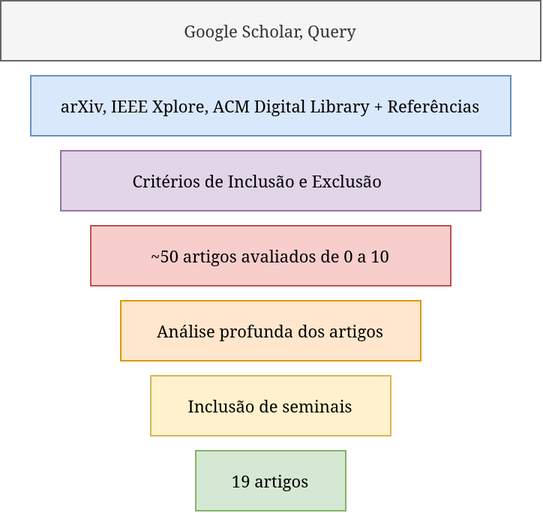
Before: tcc1/Images/Funil.png, a diagram exported from draw.io (caiocxs/tcc_1). Source tidied: cells renumbered, new cells last; positions are measured from the earlier drawing's top-left corner, leaving out a move shared by most shapes. The source it was exported from:
```xml
<mxGraphModel>
  <root>
    <mxCell id="0" />
    <mxCell id="1" parent="0" />
    <mxCell id="2" value="Google Scholar, Query" style="rounded=0;whiteSpace=wrap;html=1;fillColor=#f5f5f5;strokeColor=#666666;fontColor=#333333;fontFamily=Latin-Modern;fontSize=11;" parent="1" vertex="1">
      <mxGeometry width="360" height="40" as="geometry" />
    </mxCell>
    <mxCell id="3" value="arXiv, IEEE Xplore, ACM Digital Library + Referências" style="rounded=0;whiteSpace=wrap;html=1;fillColor=#dae8fc;strokeColor=#6c8ebf;fontFamily=Latin-Modern;fontSize=11;" parent="1" vertex="1">
      <mxGeometry x="20" y="50" width="320" height="40" as="geometry" />
    </mxCell>
    <mxCell id="4" value="Critérios de Inclusão e Exclusão&lt;span style=&quot;white-space: pre;&quot;&gt;&#9;&lt;/span&gt;" style="rounded=0;whiteSpace=wrap;html=1;fillColor=#e1d5e7;strokeColor=#9673a6;fontFamily=Latin-Modern;fontSize=11;" parent="1" vertex="1">
      <mxGeometry x="40" y="100" width="280" height="40" as="geometry" />
    </mxCell>
    <mxCell id="5" value="~50 artigos avaliados de 0 a 10" style="rounded=0;whiteSpace=wrap;html=1;fillColor=#f8cecc;strokeColor=#b85450;fontFamily=Latin-Modern;fontSize=11;" parent="1" vertex="1">
      <mxGeometry x="60" y="150" width="240" height="40" as="geometry" />
    </mxCell>
    <mxCell id="6" value="Análise profunda dos artigos" style="rounded=0;whiteSpace=wrap;html=1;fillColor=#ffe6cc;strokeColor=#d79b00;fontFamily=Latin-Modern;fontSize=11;" parent="1" vertex="1">
      <mxGeometry x="80" y="200" width="200" height="40" as="geometry" />
    </mxCell>
    <mxCell id="7" value="Inclusão de seminais" style="rounded=0;whiteSpace=wrap;html=1;fillColor=#fff2cc;strokeColor=#d6b656;fontFamily=Latin-Modern;fontSize=11;" parent="1" vertex="1">
      <mxGeometry x="100" y="250" width="160" height="40" as="geometry" />
    </mxCell>
    <mxCell id="8" value="19 artigos" style="rounded=0;whiteSpace=wrap;html=1;fillColor=#d5e8d4;strokeColor=#82b366;fontFamily=Latin-Modern;fontSize=11;" parent="1" vertex="1">
      <mxGeometry x="130" y="300" width="100" height="40" as="geometry" />
    </mxCell>
  </root>
</mxGraphModel>
```
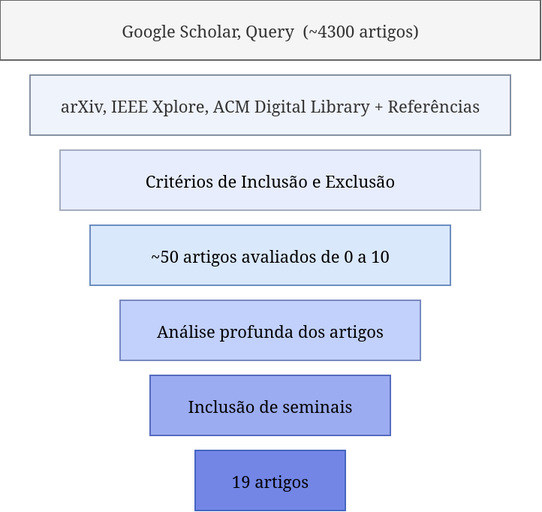
After the commit.

Diff of the diagram source:
```diff
@@ -2,25 +2,25 @@
   <root>
     <mxCell id="0" />
     <mxCell id="1" parent="0" />
-    <mxCell id="2" value="Google Scholar, Query" style="rounded=0;whiteSpace=wrap;html=1;fillColor=#f5f5f5;strokeColor=#666666;fontColor=#333333;fontFamily=Latin-Modern;fontSize=11;" parent="1" vertex="1">
+    <mxCell id="2" value="Google Scholar, Query&amp;nbsp; (~4300 artigos)" style="rounded=0;whiteSpace=wrap;html=1;fillColor=#f5f5f5;strokeColor=#666666;fontColor=#333333;fontFamily=Latin-Modern;fontSize=11;" parent="1" vertex="1">
       <mxGeometry width="360" height="40" as="geometry" />
     </mxCell>
-    <mxCell id="3" value="arXiv, IEEE Xplore, ACM Digital Library + Referências" style="rounded=0;whiteSpace=wrap;html=1;fillColor=#dae8fc;strokeColor=#6c8ebf;fontFamily=Latin-Modern;fontSize=11;" parent="1" vertex="1">
+    <mxCell id="3" value="arXiv, IEEE Xplore, ACM Digital Library + Referências" style="rounded=0;whiteSpace=wrap;html=1;fillColor=#EFF3FC;strokeColor=#8590A1;fontFamily=Latin-Modern;fontSize=11;fontColor=#333333;" parent="1" vertex="1">
       <mxGeometry x="20" y="50" width="320" height="40" as="geometry" />
     </mxCell>
-    <mxCell id="4" value="Critérios de Inclusão e Exclusão&lt;span style=&quot;white-space: pre;&quot;&gt;&#9;&lt;/span&gt;" style="rounded=0;whiteSpace=wrap;html=1;fillColor=#e1d5e7;strokeColor=#9673a6;fontFamily=Latin-Modern;fontSize=11;" parent="1" vertex="1">
+    <mxCell id="4" value="Critérios de Inclusão e Exclusão" style="rounded=0;whiteSpace=wrap;html=1;fillColor=#E7EDFC;strokeColor=#A4ADBF;fontFamily=Latin-Modern;fontSize=11;" parent="1" vertex="1">
       <mxGeometry x="40" y="100" width="280" height="40" as="geometry" />
     </mxCell>
-    <mxCell id="5" value="~50 artigos avaliados de 0 a 10" style="rounded=0;whiteSpace=wrap;html=1;fillColor=#f8cecc;strokeColor=#b85450;fontFamily=Latin-Modern;fontSize=11;" parent="1" vertex="1">
+    <mxCell id="5" value="~50 artigos avaliados de 0 a 10" style="rounded=0;whiteSpace=wrap;html=1;fillColor=#dae8fc;strokeColor=#6c8ebf;fontFamily=Latin-Modern;fontSize=11;" parent="1" vertex="1">
       <mxGeometry x="60" y="150" width="240" height="40" as="geometry" />
     </mxCell>
-    <mxCell id="6" value="Análise profunda dos artigos" style="rounded=0;whiteSpace=wrap;html=1;fillColor=#ffe6cc;strokeColor=#d79b00;fontFamily=Latin-Modern;fontSize=11;" parent="1" vertex="1">
+    <mxCell id="6" value="Análise profunda dos artigos" style="rounded=0;whiteSpace=wrap;html=1;fillColor=#C2D1FC;strokeColor=#7888BF;fontFamily=Latin-Modern;fontSize=11;" parent="1" vertex="1">
       <mxGeometry x="80" y="200" width="200" height="40" as="geometry" />
     </mxCell>
-    <mxCell id="7" value="Inclusão de seminais" style="rounded=0;whiteSpace=wrap;html=1;fillColor=#fff2cc;strokeColor=#d6b656;fontFamily=Latin-Modern;fontSize=11;" parent="1" vertex="1">
+    <mxCell id="7" value="Inclusão de seminais" style="rounded=0;whiteSpace=wrap;html=1;fillColor=#9CACF0;strokeColor=#556ABF;fontFamily=Latin-Modern;fontSize=11;" parent="1" vertex="1">
       <mxGeometry x="100" y="250" width="160" height="40" as="geometry" />
     </mxCell>
-    <mxCell id="8" value="19 artigos" style="rounded=0;whiteSpace=wrap;html=1;fillColor=#d5e8d4;strokeColor=#82b366;fontFamily=Latin-Modern;fontSize=11;" parent="1" vertex="1">
+    <mxCell id="8" value="19 artigos" style="rounded=0;whiteSpace=wrap;html=1;fillColor=#7386E6;strokeColor=#4666BF;fontFamily=Latin-Modern;fontSize=11;" parent="1" vertex="1">
       <mxGeometry x="130" y="300" width="100" height="40" as="geometry" />
     </mxCell>
   </root>
```
